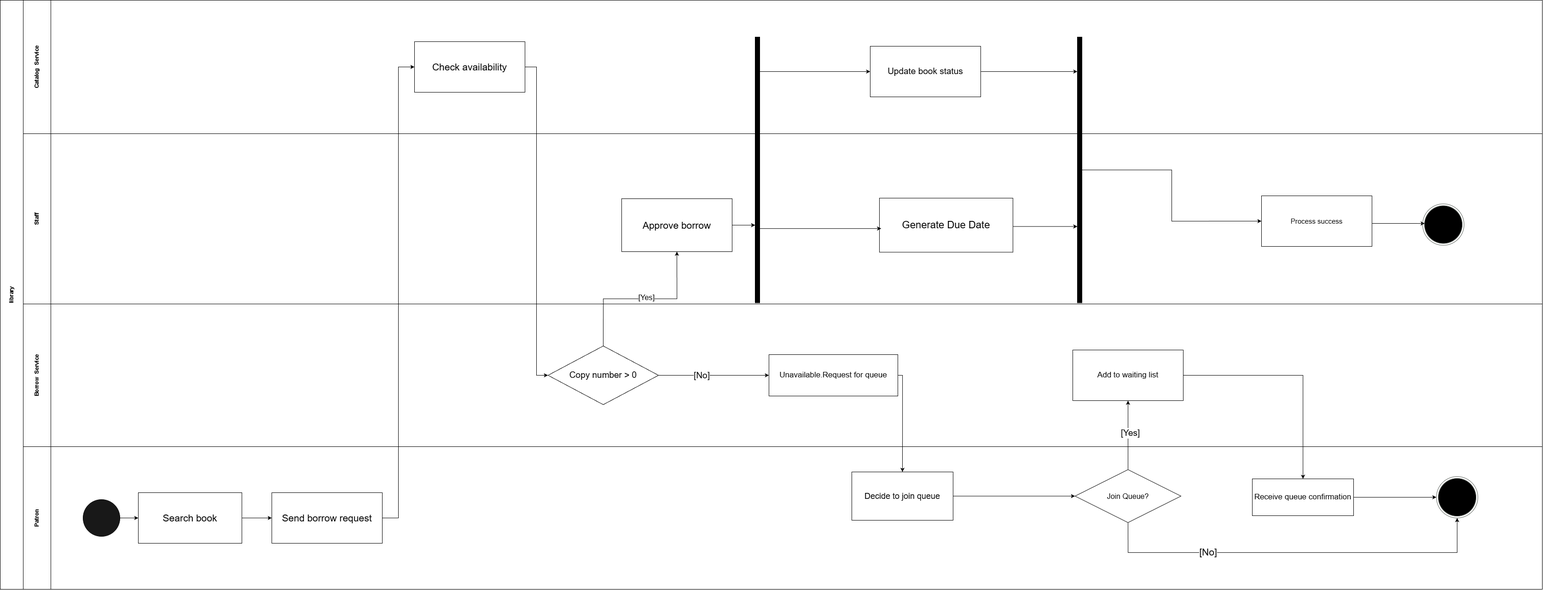
Shizulka/library-database keeps this draw.io diagram as cpe/lab4/Activity.png. Above is the earlier version. Source tidied: cells renumbered, new cells last; positions are measured from the earlier drawing's top-left corner, leaving out a move shared by most shapes. The source it was exported from:
```xml
<mxGraphModel>
  <root>
    <mxCell id="0" />
    <mxCell id="1" parent="0" />
    <mxCell id="2" value="library" style="swimlane;horizontal=0;startSize=50;html=1;" parent="1" vertex="1">
      <mxGeometry width="3350" height="1280" as="geometry" />
    </mxCell>
    <mxCell id="3" value="Catalog&amp;nbsp; Service" style="swimlane;startSize=60;horizontal=0;html=1;" parent="2" vertex="1">
      <mxGeometry x="50" width="3300" height="290" as="geometry" />
    </mxCell>
    <mxCell id="4" value="&lt;font style=&quot;font-size: 19px;&quot;&gt;Update book status&lt;/font&gt;" style="rounded=0;whiteSpace=wrap;html=1;" parent="3" vertex="1">
      <mxGeometry x="1840" y="100" width="240" height="110" as="geometry" />
    </mxCell>
    <mxCell id="5" value="&lt;font style=&quot;font-size: 21px;&quot;&gt;Check availability&lt;/font&gt;" style="rounded=0;whiteSpace=wrap;html=1;" parent="3" vertex="1">
      <mxGeometry x="850" y="90" width="240" height="110" as="geometry" />
    </mxCell>
    <mxCell id="6" value="Staff" style="swimlane;startSize=60;horizontal=0;html=1;" parent="2" vertex="1">
      <mxGeometry x="50" y="290" width="3300" height="370" as="geometry" />
    </mxCell>
    <mxCell id="7" value="&lt;font style=&quot;font-size: 21px;&quot;&gt;Approve borrow&lt;/font&gt;" style="rounded=0;whiteSpace=wrap;html=1;" parent="6" vertex="1">
      <mxGeometry x="1300" y="141.2" width="240" height="115" as="geometry" />
    </mxCell>
    <mxCell id="8" value="&lt;font style=&quot;font-size: 15px;&quot;&gt;Process success&lt;/font&gt;" style="rounded=0;whiteSpace=wrap;html=1;" parent="6" vertex="1">
      <mxGeometry x="2690" y="135" width="240" height="110" as="geometry" />
    </mxCell>
    <mxCell id="9" style="edgeStyle=orthogonalEdgeStyle;rounded=0;jettySize=auto;html=1;entryX=0.052;entryY=0.473;entryDx=0;entryDy=0;entryPerimeter=0;" parent="6" edge="1" source="8" target="10">
      <mxGeometry relative="1" as="geometry">
        <Array as="points">
          <mxPoint x="2950" y="195" />
          <mxPoint x="2950" y="195" />
        </Array>
      </mxGeometry>
    </mxCell>
    <mxCell id="10" style="ellipse;html=1;shape=endState;fillColor=#000000;strokeColor=#616761;" parent="6" vertex="1">
      <mxGeometry x="3040" y="152.5" width="90" height="90" as="geometry" />
    </mxCell>
    <mxCell id="11" style="edgeStyle=orthogonalEdgeStyle;rounded=0;jettySize=auto;html=1;exitX=1.002;exitY=0.524;exitDx=0;exitDy=0;exitPerimeter=0;" parent="6" edge="1" source="12" target="17">
      <mxGeometry relative="1" as="geometry">
        <Array as="points">
          <mxPoint x="2220" y="202" />
          <mxPoint x="2220" y="202" />
        </Array>
      </mxGeometry>
    </mxCell>
    <mxCell id="12" value="Generate Due Date" style="rounded=0;whiteSpace=wrap;html=1;fontSize=22;" parent="6" vertex="1">
      <mxGeometry x="1860" y="140" width="290" height="117.5" as="geometry" />
    </mxCell>
    <mxCell id="13" style="edgeStyle=orthogonalEdgeStyle;rounded=0;jettySize=auto;html=1;" parent="6" edge="1" source="7" target="14">
      <mxGeometry relative="1" as="geometry">
        <Array as="points">
          <mxPoint x="1570" y="198" />
          <mxPoint x="1570" y="198" />
        </Array>
      </mxGeometry>
    </mxCell>
    <mxCell id="14" style="html=1;points=[[0,0,0,0,5],[0,1,0,0,-5],[1,0,0,0,5],[1,1,0,0,-5]];perimeter=orthogonalPerimeter;outlineConnect=0;targetShapes=umlLifeline;portConstraint=eastwest;newEdgeStyle={&quot;curved&quot;:0,&quot;rounded&quot;:0};fillColor=#000000;" parent="6" vertex="1">
      <mxGeometry x="1590" y="-210" width="10" height="577.5" as="geometry" />
    </mxCell>
    <mxCell id="15" style="endArrow=classic;html=1;rounded=0;entryX=0.013;entryY=0.563;entryDx=0;entryDy=0;entryPerimeter=0;" parent="6" edge="1" source="14" target="12">
      <mxGeometry relative="1" as="geometry" />
    </mxCell>
    <mxCell id="16" style="edgeStyle=orthogonalEdgeStyle;rounded=0;jettySize=auto;html=1;curved=0;entryX=0;entryY=0.5;entryDx=0;entryDy=0;" parent="6" edge="1" source="17" target="8">
      <mxGeometry relative="1" as="geometry" />
    </mxCell>
    <mxCell id="17" style="html=1;points=[[0,0,0,0,5],[0,1,0,0,-5],[1,0,0,0,5],[1,1,0,0,-5]];perimeter=orthogonalPerimeter;outlineConnect=0;targetShapes=umlLifeline;portConstraint=eastwest;newEdgeStyle={&quot;curved&quot;:0,&quot;rounded&quot;:0};fillColor=#000000;" parent="6" vertex="1">
      <mxGeometry x="2290" y="-210" width="10" height="577.5" as="geometry" />
    </mxCell>
    <mxCell id="18" style="edgeStyle=orthogonalEdgeStyle;rounded=0;jettySize=auto;html=1;entryX=0;entryY=0.5;entryDx=0;entryDy=0;" parent="2" edge="1" source="35" target="5">
      <mxGeometry relative="1" as="geometry" />
    </mxCell>
    <mxCell id="19" style="edgeStyle=orthogonalEdgeStyle;rounded=0;jettySize=auto;html=1;entryX=0.5;entryY=1;entryDx=0;entryDy=0;" parent="2" edge="1" source="39" target="27">
      <mxGeometry relative="1" as="geometry">
        <Array as="points">
          <mxPoint x="2450" y="1030" />
          <mxPoint x="2450" y="1030" />
        </Array>
      </mxGeometry>
    </mxCell>
    <mxCell id="20" value="&lt;font style=&quot;font-size: 19px;&quot;&gt;[Yes]&lt;/font&gt;" style="edgeLabel;html=1;align=center;verticalAlign=middle;" parent="19" vertex="1">
      <mxGeometry x="0.06" y="-3" relative="1" as="geometry">
        <mxPoint x="1" as="offset" />
      </mxGeometry>
    </mxCell>
    <mxCell id="21" style="edgeStyle=orthogonalEdgeStyle;rounded=0;jettySize=auto;html=1;" parent="2" edge="1" source="27" target="43">
      <mxGeometry relative="1" as="geometry" />
    </mxCell>
    <mxCell id="22" style="endArrow=classic;html=1;rounded=0;entryX=0;entryY=0.5;entryDx=0;entryDy=0;" parent="2" edge="1" source="14" target="4">
      <mxGeometry relative="1" as="geometry" />
    </mxCell>
    <mxCell id="23" style="edgeStyle=orthogonalEdgeStyle;rounded=0;jettySize=auto;html=1;" parent="2" edge="1" source="4" target="17">
      <mxGeometry relative="1" as="geometry">
        <Array as="points">
          <mxPoint x="2300" y="155" />
          <mxPoint x="2300" y="155" />
        </Array>
      </mxGeometry>
    </mxCell>
    <mxCell id="24" style="edgeStyle=orthogonalEdgeStyle;rounded=0;jettySize=auto;html=1;entryX=0.5;entryY=0;entryDx=0;entryDy=0;" parent="2" edge="1" source="28" target="38">
      <mxGeometry relative="1" as="geometry">
        <Array as="points">
          <mxPoint x="1960" y="905" />
          <mxPoint x="1960" y="1065" />
        </Array>
      </mxGeometry>
    </mxCell>
    <mxCell id="25" value="Borrow&amp;nbsp; Service" style="swimlane;startSize=60;horizontal=0;html=1;" parent="2" vertex="1">
      <mxGeometry x="50" y="660" width="3300" height="310" as="geometry" />
    </mxCell>
    <mxCell id="26" value="&lt;font style=&quot;font-size: 19px;&quot;&gt;Copy number &amp;gt; 0&lt;/font&gt;" style="rhombus;whiteSpace=wrap;html=1;" parent="25" vertex="1">
      <mxGeometry x="1140" y="91.2" width="240" height="127.5" as="geometry" />
    </mxCell>
    <mxCell id="27" value="&lt;font style=&quot;font-size: 17px;&quot;&gt;Add to waiting list&lt;/font&gt;" style="rounded=0;whiteSpace=wrap;html=1;" parent="25" vertex="1">
      <mxGeometry x="2280" y="100" width="240" height="110" as="geometry" />
    </mxCell>
    <mxCell id="28" value="&lt;font style=&quot;font-size: 17px;&quot;&gt;Unavailable.Request for queue&lt;/font&gt;" style="rounded=0;whiteSpace=wrap;html=1;" parent="25" vertex="1">
      <mxGeometry x="1620" y="110" width="280" height="90" as="geometry" />
    </mxCell>
    <mxCell id="29" style="edgeStyle=orthogonalEdgeStyle;rounded=0;jettySize=auto;html=1;exitX=1;exitY=0.5;exitDx=0;exitDy=0;" parent="25" edge="1" source="26" target="28">
      <mxGeometry relative="1" as="geometry">
        <Array as="points">
          <mxPoint x="1560" y="155" />
          <mxPoint x="1560" y="155" />
        </Array>
      </mxGeometry>
    </mxCell>
    <mxCell id="30" value="&lt;font style=&quot;font-size: 19px;&quot;&gt;[No]&lt;/font&gt;" style="edgeLabel;html=1;align=center;verticalAlign=middle;" parent="29" vertex="1">
      <mxGeometry x="-0.22" relative="1" as="geometry" />
    </mxCell>
    <mxCell id="31" value="Patron" style="swimlane;startSize=60;horizontal=0;html=1;" parent="2" vertex="1">
      <mxGeometry x="50" y="970" width="3300" height="310" as="geometry" />
    </mxCell>
    <mxCell id="32" style="ellipse;whiteSpace=wrap;html=1;fillColor=#181818;" parent="31" vertex="1">
      <mxGeometry x="130" y="115" width="80" height="80" as="geometry" />
    </mxCell>
    <mxCell id="33" value="&lt;font style=&quot;font-size: 21px;&quot;&gt;Search book&lt;/font&gt;" style="rounded=0;whiteSpace=wrap;html=1;" parent="31" vertex="1">
      <mxGeometry x="250" y="100" width="225" height="110" as="geometry" />
    </mxCell>
    <mxCell id="34" style="edgeStyle=orthogonalEdgeStyle;rounded=0;jettySize=auto;html=1;" parent="31" edge="1" source="32" target="33">
      <mxGeometry relative="1" as="geometry">
        <Array as="points">
          <mxPoint x="270" y="155" />
          <mxPoint x="270" y="155" />
        </Array>
      </mxGeometry>
    </mxCell>
    <mxCell id="35" value="&lt;font style=&quot;font-size: 21px;&quot;&gt;Send borrow request&lt;/font&gt;" style="rounded=0;whiteSpace=wrap;html=1;" parent="31" vertex="1">
      <mxGeometry x="540" y="100" width="240" height="110" as="geometry" />
    </mxCell>
    <mxCell id="36" style="edgeStyle=orthogonalEdgeStyle;rounded=0;jettySize=auto;html=1;" parent="31" edge="1" source="33" target="35">
      <mxGeometry relative="1" as="geometry" />
    </mxCell>
    <mxCell id="37" style="edgeStyle=orthogonalEdgeStyle;rounded=0;jettySize=auto;html=1;entryX=0;entryY=0.5;entryDx=0;entryDy=0;" parent="31" edge="1" source="38" target="39">
      <mxGeometry relative="1" as="geometry" />
    </mxCell>
    <mxCell id="38" value="&lt;font style=&quot;font-size: 18px;&quot;&gt;Decide to join queue&lt;/font&gt;" style="rounded=0;whiteSpace=wrap;html=1;" parent="31" vertex="1">
      <mxGeometry x="1800" y="55" width="220" height="105" as="geometry" />
    </mxCell>
    <mxCell id="39" value="&lt;font style=&quot;font-size: 16px;&quot;&gt;Join Queue?&lt;/font&gt;" style="rhombus;whiteSpace=wrap;html=1;" parent="31" vertex="1">
      <mxGeometry x="2285" y="50" width="230" height="115" as="geometry" />
    </mxCell>
    <mxCell id="40" style="edgeStyle=orthogonalEdgeStyle;rounded=0;jettySize=auto;html=1;entryX=0.5;entryY=1;entryDx=0;entryDy=0;exitX=0.5;exitY=1;exitDx=0;exitDy=0;" parent="31" edge="1" source="39" target="44">
      <mxGeometry relative="1" as="geometry">
        <Array as="points">
          <mxPoint x="2400" y="230" />
          <mxPoint x="3115" y="230" />
        </Array>
      </mxGeometry>
    </mxCell>
    <mxCell id="41" value="&lt;font style=&quot;font-size: 21px;&quot;&gt;[No]&lt;/font&gt;" style="edgeLabel;html=1;align=center;verticalAlign=middle;" parent="40" vertex="1">
      <mxGeometry x="-0.45" y="2" relative="1" as="geometry" />
    </mxCell>
    <mxCell id="42" style="edgeStyle=orthogonalEdgeStyle;rounded=0;jettySize=auto;html=1;entryX=0;entryY=0.5;entryDx=0;entryDy=0;" parent="31" edge="1" source="43" target="44">
      <mxGeometry relative="1" as="geometry" />
    </mxCell>
    <mxCell id="43" value="&lt;font style=&quot;font-size: 17px;&quot;&gt;Receive queue confirmation&lt;/font&gt;" style="rounded=0;whiteSpace=wrap;html=1;" parent="31" vertex="1">
      <mxGeometry x="2670" y="70" width="220" height="80" as="geometry" />
    </mxCell>
    <mxCell id="44" style="ellipse;html=1;shape=endState;fillColor=#000000;strokeColor=#616761;" parent="31" vertex="1">
      <mxGeometry x="3070" y="65" width="90" height="90" as="geometry" />
    </mxCell>
    <mxCell id="45" style="edgeStyle=orthogonalEdgeStyle;rounded=0;jettySize=auto;html=1;entryX=0.5;entryY=1;entryDx=0;entryDy=0;exitX=0.5;exitY=0;exitDx=0;exitDy=0;" parent="2" edge="1" source="26" target="7">
      <mxGeometry relative="1" as="geometry" />
    </mxCell>
    <mxCell id="46" value="&lt;font style=&quot;font-size: 16px;&quot;&gt;[Yes&lt;/font&gt;&lt;font style=&quot;font-size: 17px;&quot;&gt;]&lt;/font&gt;" style="edgeLabel;html=1;align=center;verticalAlign=middle;" parent="45" vertex="1">
      <mxGeometry x="0.07" y="3" relative="1" as="geometry" />
    </mxCell>
    <mxCell id="47" style="edgeStyle=orthogonalEdgeStyle;rounded=0;jettySize=auto;html=1;entryX=0;entryY=0.5;entryDx=0;entryDy=0;" parent="2" edge="1" source="5" target="26">
      <mxGeometry relative="1" as="geometry" />
    </mxCell>
  </root>
</mxGraphModel>
```
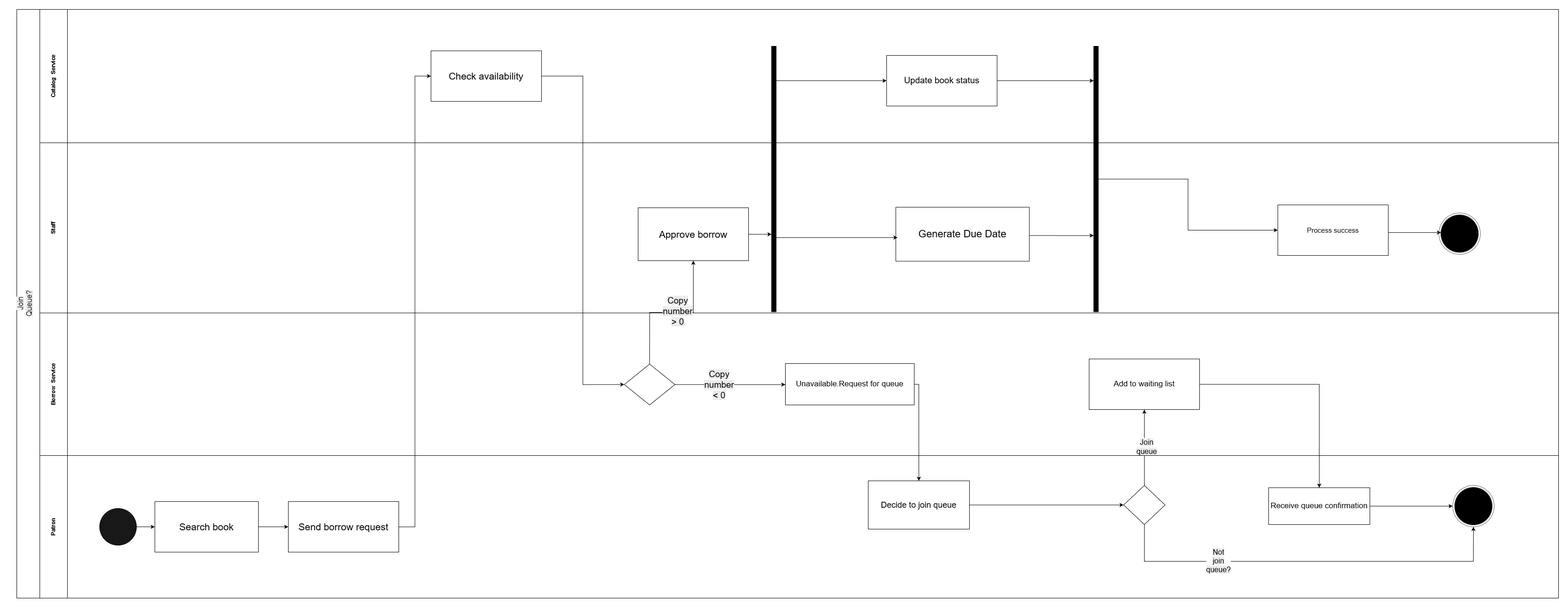
After the commit.

The edit, as a diff of the source:
```diff
@@ -2,7 +2,7 @@
   <root>
     <mxCell id="0" />
     <mxCell id="1" parent="0" />
-    <mxCell id="2" value="library" style="swimlane;horizontal=0;startSize=50;html=1;" parent="1" vertex="1">
+    <mxCell id="2" value="&#10;&lt;span style=&quot;color: rgb(0, 0, 0); font-family: Helvetica; font-size: 16px; font-style: normal; font-variant-ligatures: normal; font-variant-caps: normal; font-weight: 400; letter-spacing: normal; orphans: 2; text-align: center; text-indent: 0px; text-transform: none; widows: 2; word-spacing: 0px; -webkit-text-stroke-width: 0px; white-space: normal; background-color: rgb(236, 236, 236); text-decoration-thickness: initial; text-decoration-style: initial; text-decoration-color: initial; display: inline !important; float: none;&quot;&gt;Join Queue?&lt;/span&gt;&#10;&#10;" style="swimlane;horizontal=0;startSize=50;html=1;" parent="1" vertex="1">
       <mxGeometry width="3350" height="1280" as="geometry" />
     </mxCell>
     <mxCell id="3" value="Catalog&amp;nbsp; Service" style="swimlane;startSize=60;horizontal=0;html=1;" parent="2" vertex="1">
@@ -76,7 +76,7 @@
         </Array>
       </mxGeometry>
     </mxCell>
-    <mxCell id="20" value="&lt;font style=&quot;font-size: 19px;&quot;&gt;[Yes]&lt;/font&gt;" style="edgeLabel;html=1;align=center;verticalAlign=middle;" parent="19" vertex="1">
+    <mxCell id="20" value="&lt;span style=&quot;font-size: 16px; text-wrap-mode: wrap; background-color: rgb(236, 236, 236);&quot;&gt;Join queue&lt;/span&gt;" style="edgeLabel;html=1;align=center;verticalAlign=middle;" parent="19" vertex="1">
       <mxGeometry x="0.06" y="-3" relative="1" as="geometry">
         <mxPoint x="1" as="offset" />
       </mxGeometry>
@@ -106,8 +106,8 @@
     <mxCell id="25" value="Borrow&amp;nbsp; Service" style="swimlane;startSize=60;horizontal=0;html=1;" parent="2" vertex="1">
       <mxGeometry x="50" y="660" width="3300" height="310" as="geometry" />
     </mxCell>
-    <mxCell id="26" value="&lt;font style=&quot;font-size: 19px;&quot;&gt;Copy number &amp;gt; 0&lt;/font&gt;" style="rhombus;whiteSpace=wrap;html=1;" parent="25" vertex="1">
-      <mxGeometry x="1140" y="91.2" width="240" height="127.5" as="geometry" />
+    <mxCell id="26" style="rhombus;whiteSpace=wrap;html=1;" parent="25" vertex="1">
+      <mxGeometry x="1270" y="111.2" width="110" height="88.8" as="geometry" />
     </mxCell>
     <mxCell id="27" value="&lt;font style=&quot;font-size: 17px;&quot;&gt;Add to waiting list&lt;/font&gt;" style="rounded=0;whiteSpace=wrap;html=1;" parent="25" vertex="1">
       <mxGeometry x="2280" y="100" width="240" height="110" as="geometry" />
@@ -123,7 +123,7 @@
         </Array>
       </mxGeometry>
     </mxCell>
-    <mxCell id="30" value="&lt;font style=&quot;font-size: 19px;&quot;&gt;[No]&lt;/font&gt;" style="edgeLabel;html=1;align=center;verticalAlign=middle;" parent="29" vertex="1">
+    <mxCell id="30" value="&lt;span style=&quot;font-size: 19px; text-wrap-mode: wrap; background-color: rgb(236, 236, 236);&quot;&gt;Copy number &amp;lt; 0&lt;/span&gt;" style="edgeLabel;html=1;align=center;verticalAlign=middle;" parent="29" vertex="1">
       <mxGeometry x="-0.22" relative="1" as="geometry" />
     </mxCell>
     <mxCell id="31" value="Patron" style="swimlane;startSize=60;horizontal=0;html=1;" parent="2" vertex="1">
@@ -155,8 +155,8 @@
     <mxCell id="38" value="&lt;font style=&quot;font-size: 18px;&quot;&gt;Decide to join queue&lt;/font&gt;" style="rounded=0;whiteSpace=wrap;html=1;" parent="31" vertex="1">
       <mxGeometry x="1800" y="55" width="220" height="105" as="geometry" />
     </mxCell>
-    <mxCell id="39" value="&lt;font style=&quot;font-size: 16px;&quot;&gt;Join Queue?&lt;/font&gt;" style="rhombus;whiteSpace=wrap;html=1;" parent="31" vertex="1">
-      <mxGeometry x="2285" y="50" width="230" height="115" as="geometry" />
+    <mxCell id="39" style="rhombus;whiteSpace=wrap;html=1;" parent="31" vertex="1">
+      <mxGeometry x="2355" y="65" width="90" height="85" as="geometry" />
     </mxCell>
     <mxCell id="40" style="edgeStyle=orthogonalEdgeStyle;rounded=0;jettySize=auto;html=1;entryX=0.5;entryY=1;entryDx=0;entryDy=0;exitX=0.5;exitY=1;exitDx=0;exitDy=0;" parent="31" edge="1" source="39" target="44">
       <mxGeometry relative="1" as="geometry">
@@ -166,7 +166,7 @@
         </Array>
       </mxGeometry>
     </mxCell>
-    <mxCell id="41" value="&lt;font style=&quot;font-size: 21px;&quot;&gt;[No]&lt;/font&gt;" style="edgeLabel;html=1;align=center;verticalAlign=middle;" parent="40" vertex="1">
+    <mxCell id="41" value="&lt;span style=&quot;font-size: 16px; text-wrap-mode: wrap; background-color: rgb(236, 236, 236);&quot;&gt;Not join queue?&lt;/span&gt;" style="edgeLabel;html=1;align=center;verticalAlign=middle;" parent="40" vertex="1">
       <mxGeometry x="-0.45" y="2" relative="1" as="geometry" />
     </mxCell>
     <mxCell id="42" style="edgeStyle=orthogonalEdgeStyle;rounded=0;jettySize=auto;html=1;entryX=0;entryY=0.5;entryDx=0;entryDy=0;" parent="31" edge="1" source="43" target="44">
@@ -181,7 +181,7 @@
     <mxCell id="45" style="edgeStyle=orthogonalEdgeStyle;rounded=0;jettySize=auto;html=1;entryX=0.5;entryY=1;entryDx=0;entryDy=0;exitX=0.5;exitY=0;exitDx=0;exitDy=0;" parent="2" edge="1" source="26" target="7">
       <mxGeometry relative="1" as="geometry" />
     </mxCell>
-    <mxCell id="46" value="&lt;font style=&quot;font-size: 16px;&quot;&gt;[Yes&lt;/font&gt;&lt;font style=&quot;font-size: 17px;&quot;&gt;]&lt;/font&gt;" style="edgeLabel;html=1;align=center;verticalAlign=middle;" parent="45" vertex="1">
+    <mxCell id="46" value="&lt;span style=&quot;font-size: 19px; text-wrap-mode: wrap; background-color: rgb(236, 236, 236);&quot;&gt;Copy number &amp;gt; 0&lt;/span&gt;" style="edgeLabel;html=1;align=center;verticalAlign=middle;" parent="45" vertex="1">
       <mxGeometry x="0.07" y="3" relative="1" as="geometry" />
     </mxCell>
     <mxCell id="47" style="edgeStyle=orthogonalEdgeStyle;rounded=0;jettySize=auto;html=1;entryX=0;entryY=0.5;entryDx=0;entryDy=0;" parent="2" edge="1" source="5" target="26">
```
